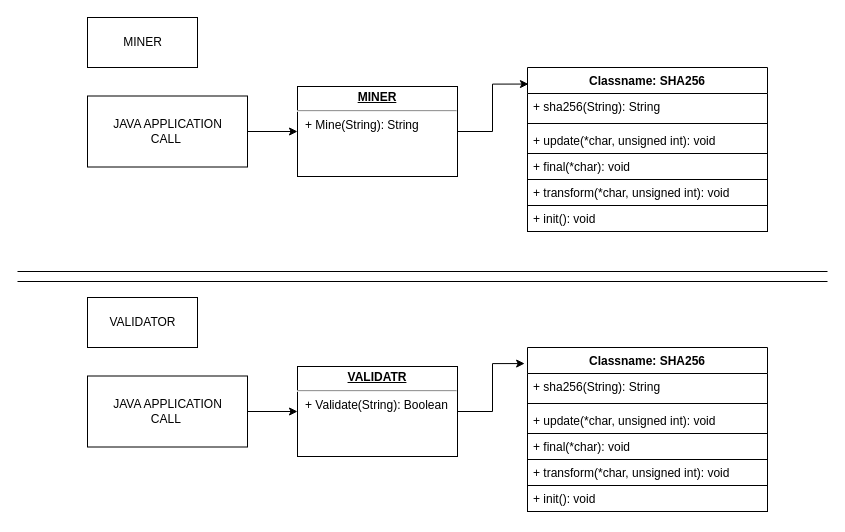
This is Różnie takie i owakie/Koparka i veryfikator UML.drawio from Akageneko/Dolar-AnkhMorpork, a draw.io file, before an edit. Source tidied: cells renumbered, new cells numbered last; positions are measured from the earlier drawing's top-left corner, leaving out a move shared by most shapes. Both pictures are drawn from the tidied source at 100%, with x=0, y=0 at pixel (17, 17).
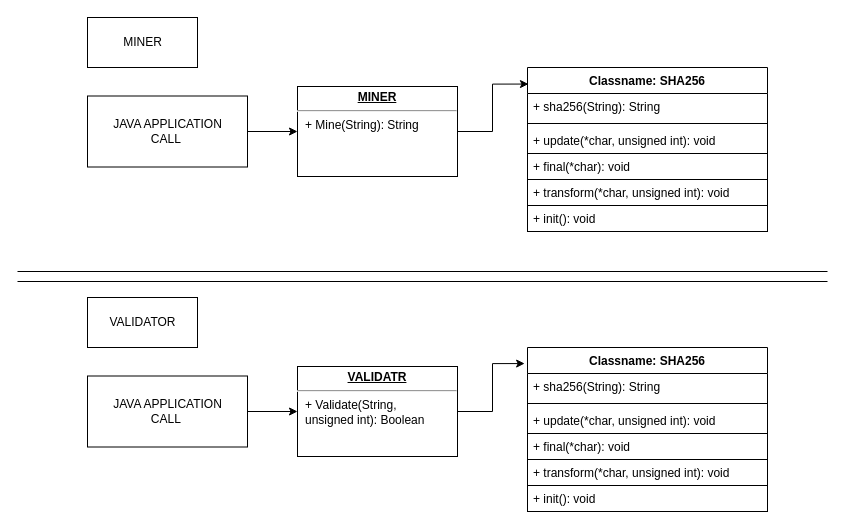
The same diagram, later.

Diff of the diagram source:
```diff
@@
-    <mxCell id="20" value="&lt;p style=&quot;margin: 0px ; margin-top: 4px ; text-align: center ; text-decoration: underline&quot;&gt;&lt;b&gt;VALIDATR&lt;/b&gt;&lt;/p&gt;&lt;hr&gt;&lt;p style=&quot;margin: 0px ; margin-left: 8px&quot;&gt;+ Validate(String): Boolean&lt;/p&gt;" style="verticalAlign=top;align=left;overflow=fill;fontSize=12;fontFamily=Helvetica;html=1;strokeColor=#000000;" parent="1" vertex="1">
+    <mxCell id="20" value="&lt;p style=&quot;margin: 0px ; margin-top: 4px ; text-align: center ; text-decoration: underline&quot;&gt;&lt;b&gt;VALIDATR&lt;/b&gt;&lt;/p&gt;&lt;hr&gt;&lt;p style=&quot;margin: 0px ; margin-left: 8px&quot;&gt;+ Validate(String,&amp;nbsp;&lt;/p&gt;&lt;p style=&quot;margin: 0px ; margin-left: 8px&quot;&gt;unsigned int): Boolean&lt;/p&gt;" style="verticalAlign=top;align=left;overflow=fill;fontSize=12;fontFamily=Helvetica;html=1;strokeColor=#000000;" parent="1" vertex="1">
       <mxGeometry x="280" y="349" width="160" height="90" as="geometry" />
     </mxCell>
```
